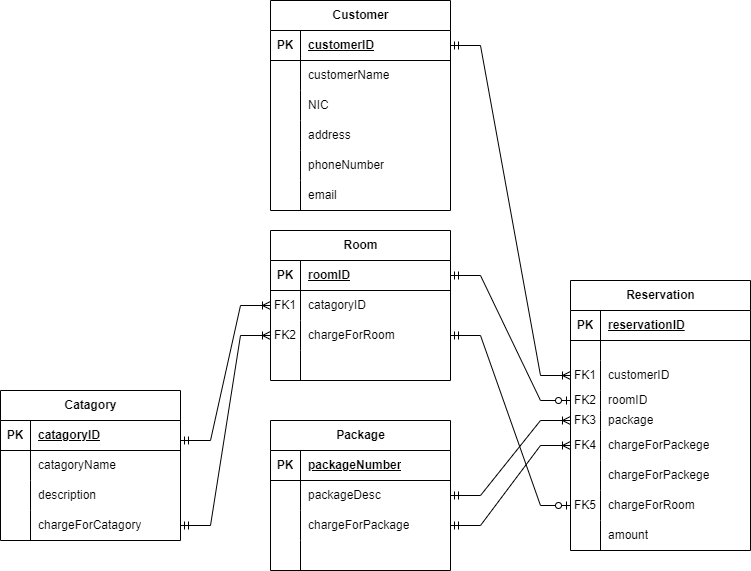
Above: relationalDataModel.png in ViyathAraliya/CMJD105_CourseWork02_ViyathAraliya (draw.io), before the change. Source tidied: cells renumbered, new cells last; positions are measured from the earlier drawing's top-left corner, leaving out a move shared by most shapes.
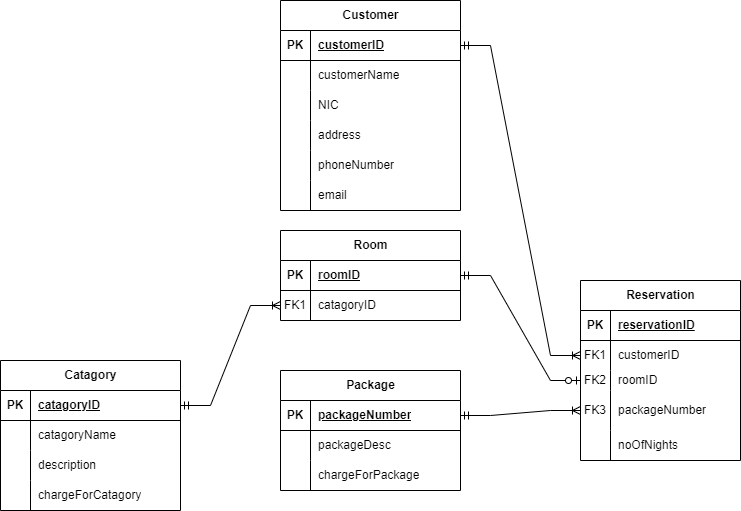
Later version of the same file.

Commit message:
updated ERDiagram and relationalDataModel

What changed in the source:
```diff
@@ -3,89 +3,53 @@
     <mxCell id="0" />
     <mxCell id="1" parent="0" />
     <mxCell id="2" value="Reservation" style="shape=table;startSize=30;rowLines=0;fontStyle=1;align=center;html=1;" parent="1" vertex="1">
-      <mxGeometry x="570" y="280" width="180" height="270" as="geometry" />
+      <mxGeometry x="570" y="280" width="160" height="180" as="geometry" />
     </mxCell>
     <mxCell id="3" style="shape=tableRow;horizontal=0;startSize=0;swimlaneHead=0;swimlaneBody=0;fillColor=none;top=0;left=0;right=0;bottom=1;" parent="2" vertex="1">
-      <mxGeometry y="30" width="180" height="30" as="geometry" />
+      <mxGeometry y="30" width="160" height="30" as="geometry" />
     </mxCell>
     <mxCell id="4" value="PK" style="shape=partialRectangle;fillColor=none;top=0;left=0;bottom=0;right=0;fontStyle=1;overflow=hidden;whiteSpace=wrap;html=1;" parent="3" vertex="1">
       <mxGeometry width="30" height="30" as="geometry" />
     </mxCell>
     <mxCell id="5" value="reservationID" style="shape=partialRectangle;fillColor=none;top=0;left=0;bottom=0;right=0;align=left;spacingLeft=6;fontStyle=5;overflow=hidden;whiteSpace=wrap;html=1;" parent="3" vertex="1">
-      <mxGeometry x="30" width="150" height="30" as="geometry" />
+      <mxGeometry x="30" width="130" height="30" as="geometry" />
     </mxCell>
-    <mxCell id="6" style="shape=tableRow;horizontal=0;startSize=0;swimlaneHead=0;swimlaneBody=0;fillColor=none;top=0;left=0;right=0;bottom=0;" parent="2" vertex="1">
-      <mxGeometry y="60" width="180" height="20" as="geometry" />
-    </mxCell>
-    <mxCell id="7" style="shape=partialRectangle;fillColor=none;top=0;left=0;bottom=0;right=0;overflow=hidden;whiteSpace=wrap;html=1;" parent="6" vertex="1">
-      <mxGeometry width="30" height="20" as="geometry" />
-    </mxCell>
-    <mxCell id="8" style="shape=partialRectangle;fillColor=none;top=0;left=0;bottom=0;right=0;align=left;spacingLeft=6;overflow=hidden;whiteSpace=wrap;html=1;" parent="6" vertex="1">
-      <mxGeometry x="30" width="150" height="20" as="geometry" />
-    </mxCell>
     <mxCell id="9" style="shape=tableRow;horizontal=0;startSize=0;swimlaneHead=0;swimlaneBody=0;fillColor=none;points=[[0,0.5],[1,0.5]];portConstraint=eastwest;top=0;left=0;right=0;bottom=0;" parent="2" vertex="1">
-      <mxGeometry y="80" width="180" height="30" as="geometry" />
+      <mxGeometry y="60" width="160" height="30" as="geometry" />
     </mxCell>
     <mxCell id="10" value="FK1" style="shape=partialRectangle;fillColor=none;top=0;left=0;bottom=0;right=0;overflow=hidden;whiteSpace=wrap;html=1;" parent="9" vertex="1">
       <mxGeometry width="30" height="30" as="geometry" />
     </mxCell>
     <mxCell id="11" value="customerID" style="shape=partialRectangle;fillColor=none;top=0;left=0;bottom=0;right=0;align=left;spacingLeft=6;overflow=hidden;whiteSpace=wrap;html=1;" parent="9" vertex="1">
-      <mxGeometry x="30" width="150" height="30" as="geometry" />
+      <mxGeometry x="30" width="130" height="30" as="geometry" />
     </mxCell>
     <mxCell id="12" style="shape=tableRow;horizontal=0;startSize=0;swimlaneHead=0;swimlaneBody=0;fillColor=none;points=[[0,0.5],[1,0.5]];portConstraint=eastwest;top=0;left=0;right=0;bottom=0;" parent="2" vertex="1">
-      <mxGeometry y="110" width="180" height="20" as="geometry" />
+      <mxGeometry y="90" width="160" height="20" as="geometry" />
     </mxCell>
     <mxCell id="13" value="FK2" style="shape=partialRectangle;fillColor=none;top=0;left=0;bottom=0;right=0;overflow=hidden;whiteSpace=wrap;html=1;" parent="12" vertex="1">
       <mxGeometry width="30" height="20" as="geometry" />
     </mxCell>
     <mxCell id="14" value="roomID" style="shape=partialRectangle;fillColor=none;top=0;left=0;bottom=0;right=0;align=left;spacingLeft=6;overflow=hidden;whiteSpace=wrap;html=1;" parent="12" vertex="1">
-      <mxGeometry x="30" width="150" height="20" as="geometry" />
+      <mxGeometry x="30" width="130" height="20" as="geometry" />
     </mxCell>
     <mxCell id="15" style="shape=tableRow;horizontal=0;startSize=0;swimlaneHead=0;swimlaneBody=0;fillColor=none;points=[[0,0.5],[1,0.5]];portConstraint=eastwest;top=0;left=0;right=0;bottom=0;" parent="2" vertex="1">
-      <mxGeometry y="130" width="180" height="20" as="geometry" />
+      <mxGeometry y="110" width="160" height="40" as="geometry" />
     </mxCell>
     <mxCell id="16" value="FK3" style="shape=partialRectangle;fillColor=none;top=0;left=0;bottom=0;right=0;overflow=hidden;whiteSpace=wrap;html=1;" parent="15" vertex="1">
-      <mxGeometry width="30" height="20" as="geometry" />
+      <mxGeometry width="30" height="40" as="geometry" />
     </mxCell>
-    <mxCell id="17" value="package" style="shape=partialRectangle;fillColor=none;top=0;left=0;bottom=0;right=0;align=left;spacingLeft=6;overflow=hidden;whiteSpace=wrap;html=1;" parent="15" vertex="1">
-      <mxGeometry x="30" width="150" height="20" as="geometry" />
+    <mxCell id="17" value="packageNumber" style="shape=partialRectangle;fillColor=none;top=0;left=0;bottom=0;right=0;align=left;spacingLeft=6;overflow=hidden;whiteSpace=wrap;html=1;" parent="15" vertex="1">
+      <mxGeometry x="30" width="130" height="40" as="geometry" />
     </mxCell>
-    <mxCell id="18" style="shape=tableRow;horizontal=0;startSize=0;swimlaneHead=0;swimlaneBody=0;fillColor=none;points=[[0,0.5],[1,0.5]];portConstraint=eastwest;top=0;left=0;right=0;bottom=0;" parent="2" vertex="1">
-      <mxGeometry y="150" width="180" height="30" as="geometry" />
-    </mxCell>
-    <mxCell id="19" value="FK4" style="shape=partialRectangle;fillColor=none;top=0;left=0;bottom=0;right=0;overflow=hidden;whiteSpace=wrap;html=1;" parent="18" vertex="1">
-      <mxGeometry width="30" height="30" as="geometry" />
-    </mxCell>
-    <mxCell id="20" value="chargeForPackege" style="shape=partialRectangle;fillColor=none;top=0;left=0;bottom=0;right=0;align=left;spacingLeft=6;overflow=hidden;whiteSpace=wrap;html=1;" parent="18" vertex="1">
-      <mxGeometry x="30" width="150" height="30" as="geometry" />
-    </mxCell>
-    <mxCell id="21" style="shape=tableRow;horizontal=0;startSize=0;swimlaneHead=0;swimlaneBody=0;fillColor=none;top=0;left=0;right=0;bottom=0;" parent="2" vertex="1">
-      <mxGeometry y="180" width="180" height="30" as="geometry" />
-    </mxCell>
-    <mxCell id="22" style="shape=partialRectangle;fillColor=none;top=0;left=0;bottom=0;right=0;overflow=hidden;whiteSpace=wrap;html=1;" parent="21" vertex="1">
-      <mxGeometry width="30" height="30" as="geometry" />
-    </mxCell>
-    <mxCell id="23" value="chargeForPackege" style="shape=partialRectangle;fillColor=none;top=0;left=0;bottom=0;right=0;align=left;spacingLeft=6;overflow=hidden;whiteSpace=wrap;html=1;" parent="21" vertex="1">
-      <mxGeometry x="30" width="150" height="30" as="geometry" />
-    </mxCell>
-    <mxCell id="24" style="shape=tableRow;horizontal=0;startSize=0;swimlaneHead=0;swimlaneBody=0;fillColor=none;points=[[0,0.5],[1,0.5]];portConstraint=eastwest;top=0;left=0;right=0;bottom=0;" parent="2" vertex="1">
-      <mxGeometry y="210" width="180" height="30" as="geometry" />
-    </mxCell>
-    <mxCell id="25" value="FK5" style="shape=partialRectangle;fillColor=none;top=0;left=0;bottom=0;right=0;overflow=hidden;whiteSpace=wrap;html=1;" parent="24" vertex="1">
-      <mxGeometry width="30" height="30" as="geometry" />
-    </mxCell>
-    <mxCell id="26" value="chargeForRoom" style="shape=partialRectangle;fillColor=none;top=0;left=0;bottom=0;right=0;align=left;spacingLeft=6;overflow=hidden;whiteSpace=wrap;html=1;" parent="24" vertex="1">
-      <mxGeometry x="30" width="150" height="30" as="geometry" />
-    </mxCell>
-    <mxCell id="27" style="shape=tableRow;horizontal=0;startSize=0;swimlaneHead=0;swimlaneBody=0;fillColor=none;top=0;left=0;right=0;bottom=0;" parent="2" vertex="1">
-      <mxGeometry y="240" width="180" height="30" as="geometry" />
-    </mxCell>
-    <mxCell id="28" style="shape=partialRectangle;fillColor=none;top=0;left=0;bottom=0;right=0;overflow=hidden;whiteSpace=wrap;html=1;" parent="27" vertex="1">
-      <mxGeometry width="30" height="30" as="geometry" />
-    </mxCell>
-    <mxCell id="29" value="amount" style="shape=partialRectangle;fillColor=none;top=0;left=0;bottom=0;right=0;align=left;spacingLeft=6;overflow=hidden;whiteSpace=wrap;html=1;" parent="27" vertex="1">
-      <mxGeometry x="30" width="150" height="30" as="geometry" />
-    </mxCell>
+    <mxCell id="95" style="shape=tableRow;horizontal=0;startSize=0;swimlaneHead=0;swimlaneBody=0;fillColor=none;top=0;left=0;right=0;bottom=0;" parent="2" vertex="1">
+      <mxGeometry y="150" width="160" height="30" as="geometry" />
+    </mxCell>
+    <mxCell id="96" style="shape=partialRectangle;fillColor=none;top=0;left=0;bottom=0;right=0;overflow=hidden;whiteSpace=wrap;html=1;" parent="95" vertex="1">
+      <mxGeometry width="30" height="30" as="geometry" />
+    </mxCell>
+    <mxCell id="97" value="noOfNights" style="shape=partialRectangle;fillColor=none;top=0;left=0;bottom=0;right=0;align=left;spacingLeft=6;overflow=hidden;whiteSpace=wrap;html=1;" parent="95" vertex="1">
+      <mxGeometry x="30" width="130" height="30" as="geometry" />
+    </mxCell>
     <mxCell id="30" value="Customer" style="shape=table;startSize=30;rowLines=0;fontStyle=1;align=center;html=1;" parent="1" vertex="1">
       <mxGeometry x="270" width="180" height="210" as="geometry" />
     </mxCell>
@@ -147,7 +111,7 @@
       <mxGeometry relative="1" as="geometry" />
     </mxCell>
     <mxCell id="50" value="Room" style="shape=table;startSize=30;rowLines=0;fontStyle=1;align=center;html=1;" parent="1" vertex="1">
-      <mxGeometry x="270" y="230" width="180" height="150" as="geometry" />
+      <mxGeometry x="270" y="230" width="180" height="90" as="geometry" />
     </mxCell>
     <mxCell id="51" style="shape=tableRow;horizontal=0;startSize=0;swimlaneHead=0;swimlaneBody=0;fillColor=none;points=[[0,0.5],[1,0.5]];portConstraint=eastwest;top=0;left=0;right=0;bottom=1;" parent="50" vertex="1">
       <mxGeometry y="30" width="180" height="30" as="geometry" />
@@ -167,29 +131,11 @@
     <mxCell id="56" value="catagoryID" style="shape=partialRectangle;fillColor=none;top=0;left=0;bottom=0;right=0;align=left;spacingLeft=6;overflow=hidden;whiteSpace=wrap;html=1;" parent="54" vertex="1">
       <mxGeometry x="30" width="150" height="30" as="geometry" />
     </mxCell>
-    <mxCell id="57" style="shape=tableRow;horizontal=0;startSize=0;swimlaneHead=0;swimlaneBody=0;fillColor=none;points=[[0,0.5],[1,0.5]];portConstraint=eastwest;top=0;left=0;right=0;bottom=0;" parent="50" vertex="1">
-      <mxGeometry y="90" width="180" height="30" as="geometry" />
-    </mxCell>
-    <mxCell id="58" value="FK2" style="shape=partialRectangle;fillColor=none;top=0;left=0;bottom=0;right=0;overflow=hidden;whiteSpace=wrap;html=1;" parent="57" vertex="1">
-      <mxGeometry width="30" height="30" as="geometry" />
-    </mxCell>
-    <mxCell id="59" value="chargeForRoom" style="shape=partialRectangle;fillColor=none;top=0;left=0;bottom=0;right=0;align=left;spacingLeft=6;overflow=hidden;whiteSpace=wrap;html=1;" parent="57" vertex="1">
-      <mxGeometry x="30" width="150" height="30" as="geometry" />
-    </mxCell>
-    <mxCell id="60" style="shape=tableRow;horizontal=0;startSize=0;swimlaneHead=0;swimlaneBody=0;fillColor=none;top=0;left=0;right=0;bottom=0;" parent="50" vertex="1">
-      <mxGeometry y="120" width="180" height="30" as="geometry" />
-    </mxCell>
-    <mxCell id="61" style="shape=partialRectangle;fillColor=none;top=0;left=0;bottom=0;right=0;overflow=hidden;whiteSpace=wrap;html=1;" parent="60" vertex="1">
-      <mxGeometry width="30" height="30" as="geometry" />
-    </mxCell>
-    <mxCell id="62" style="shape=partialRectangle;fillColor=none;top=0;left=0;bottom=0;right=0;align=left;spacingLeft=6;overflow=hidden;whiteSpace=wrap;html=1;" parent="60" vertex="1">
-      <mxGeometry x="30" width="150" height="30" as="geometry" />
-    </mxCell>
     <mxCell id="63" style="edgeStyle=entityRelationEdgeStyle;fontSize=12;html=1;endArrow=ERzeroToOne;startArrow=ERmandOne;rounded=0;entryX=0;entryY=0.5;entryDx=0;entryDy=0;" parent="1" edge="1" source="51" target="12">
       <mxGeometry relative="1" as="geometry" />
     </mxCell>
     <mxCell id="64" value="Catagory" style="shape=table;startSize=30;rowLines=0;fontStyle=1;align=center;html=1;" parent="1" vertex="1">
-      <mxGeometry y="390" width="180" height="150" as="geometry" />
+      <mxGeometry x="-10" y="360" width="180" height="150" as="geometry" />
     </mxCell>
     <mxCell id="65" style="shape=tableRow;horizontal=0;startSize=0;swimlaneHead=0;swimlaneBody=0;fillColor=none;points=[[0,0.5],[1,0.5]];portConstraint=eastwest;top=0;left=0;right=0;bottom=1;" parent="64" vertex="1">
       <mxGeometry y="30" width="180" height="30" as="geometry" />
@@ -227,11 +173,8 @@
     <mxCell id="76" value="chargeForCatagory" style="shape=partialRectangle;fillColor=none;top=0;left=0;bottom=0;right=0;align=left;spacingLeft=6;overflow=hidden;whiteSpace=wrap;html=1;" parent="74" vertex="1">
       <mxGeometry x="30" width="150" height="30" as="geometry" />
     </mxCell>
-    <mxCell id="77" style="edgeStyle=entityRelationEdgeStyle;fontSize=12;html=1;endArrow=ERzeroToOne;startArrow=ERmandOne;rounded=0;exitX=1;exitY=0.5;exitDx=0;exitDy=0;entryX=0;entryY=0.5;entryDx=0;entryDy=0;" parent="1" edge="1" source="57" target="24">
-      <mxGeometry relative="1" as="geometry" />
-    </mxCell>
     <mxCell id="78" value="Package" style="shape=table;startSize=30;rowLines=0;fontStyle=1;align=center;html=1;" parent="1" vertex="1">
-      <mxGeometry x="270" y="420" width="180" height="150" as="geometry" />
+      <mxGeometry x="270" y="370" width="180" height="120" as="geometry" />
     </mxCell>
     <mxCell id="79" style="shape=tableRow;horizontal=0;startSize=0;swimlaneHead=0;swimlaneBody=0;fillColor=none;points=[[0,0.5],[1,0.5]];portConstraint=eastwest;top=0;left=0;right=0;bottom=1;" parent="78" vertex="1">
       <mxGeometry y="30" width="180" height="30" as="geometry" />
@@ -260,27 +203,10 @@
     <mxCell id="87" value="chargeForPackage" style="shape=partialRectangle;fillColor=none;top=0;left=0;bottom=0;right=0;align=left;spacingLeft=6;overflow=hidden;whiteSpace=wrap;html=1;" parent="85" vertex="1">
       <mxGeometry x="30" width="150" height="30" as="geometry" />
     </mxCell>
-    <mxCell id="88" style="shape=tableRow;horizontal=0;startSize=0;swimlaneHead=0;swimlaneBody=0;fillColor=none;top=0;left=0;right=0;bottom=0;" parent="78" vertex="1">
-      <mxGeometry y="120" width="180" height="30" as="geometry" />
-    </mxCell>
-    <mxCell id="89" style="shape=partialRectangle;fillColor=none;top=0;left=0;bottom=0;right=0;overflow=hidden;whiteSpace=wrap;html=1;" parent="88" vertex="1">
-      <mxGeometry width="30" height="30" as="geometry" />
-    </mxCell>
-    <mxCell id="90" style="shape=partialRectangle;fillColor=none;top=0;left=0;bottom=0;right=0;align=left;spacingLeft=6;overflow=hidden;whiteSpace=wrap;html=1;" parent="88" vertex="1">
-      <mxGeometry x="30" width="150" height="30" as="geometry" />
-    </mxCell>
-    <mxCell id="91" style="edgeStyle=entityRelationEdgeStyle;fontSize=12;html=1;endArrow=ERoneToMany;startArrow=ERmandOne;rounded=0;entryX=0;entryY=0.5;entryDx=0;entryDy=0;" parent="1" edge="1" target="54">
-      <mxGeometry relative="1" as="geometry">
-        <mxPoint x="180" y="440" as="sourcePoint" />
-      </mxGeometry>
+    <mxCell id="91" style="edgeStyle=entityRelationEdgeStyle;fontSize=12;html=1;endArrow=ERoneToMany;startArrow=ERmandOne;rounded=0;entryX=0;entryY=0.5;entryDx=0;entryDy=0;exitX=1;exitY=0.5;exitDx=0;exitDy=0;" parent="1" edge="1" source="65" target="54">
+      <mxGeometry relative="1" as="geometry" />
     </mxCell>
-    <mxCell id="92" style="edgeStyle=entityRelationEdgeStyle;fontSize=12;html=1;endArrow=ERoneToMany;startArrow=ERmandOne;rounded=0;entryX=0;entryY=0.5;entryDx=0;entryDy=0;exitX=1;exitY=0.5;exitDx=0;exitDy=0;" parent="1" edge="1" source="74" target="57">
-      <mxGeometry relative="1" as="geometry" />
-    </mxCell>
-    <mxCell id="93" style="edgeStyle=entityRelationEdgeStyle;fontSize=12;html=1;endArrow=ERoneToMany;startArrow=ERmandOne;rounded=0;entryX=0;entryY=0.5;entryDx=0;entryDy=0;exitX=1;exitY=0.5;exitDx=0;exitDy=0;" parent="1" edge="1" source="85" target="18">
-      <mxGeometry relative="1" as="geometry" />
-    </mxCell>
-    <mxCell id="94" style="edgeStyle=entityRelationEdgeStyle;fontSize=12;html=1;endArrow=ERoneToMany;startArrow=ERmandOne;rounded=0;entryX=0;entryY=0.5;entryDx=0;entryDy=0;exitX=1;exitY=0.5;exitDx=0;exitDy=0;" parent="1" edge="1" source="82" target="15">
+    <mxCell id="94" style="edgeStyle=entityRelationEdgeStyle;fontSize=12;html=1;endArrow=ERoneToMany;startArrow=ERmandOne;rounded=0;entryX=0;entryY=0.5;entryDx=0;entryDy=0;exitX=1;exitY=0.5;exitDx=0;exitDy=0;" parent="1" edge="1" source="79" target="15">
       <mxGeometry relative="1" as="geometry" />
     </mxCell>
   </root>
```
